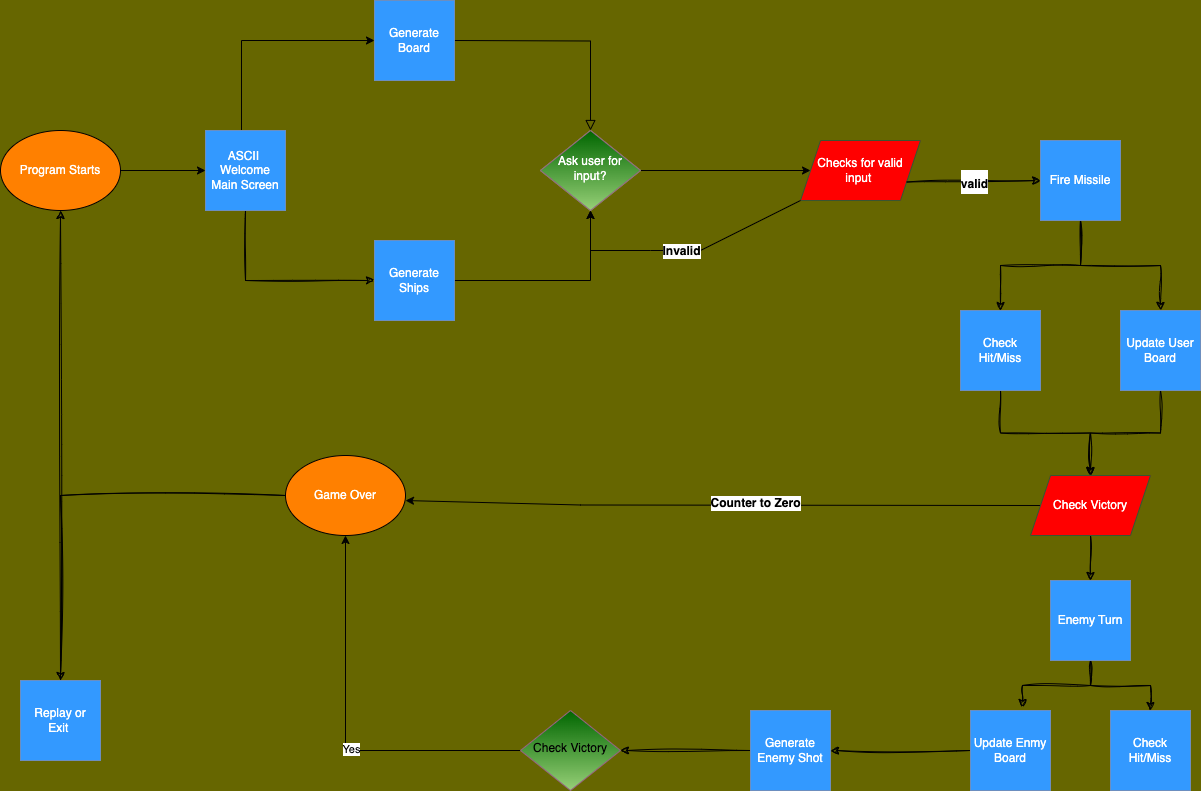
Noah-Samawi/pp3-BattleshipsGame keeps this draw.io diagram as Doks/logic-diagram.png. Above is the earlier version. Source tidied: cells renumbered, new cells last; positions are measured from the earlier drawing's top-left corner, leaving out a move shared by most shapes.
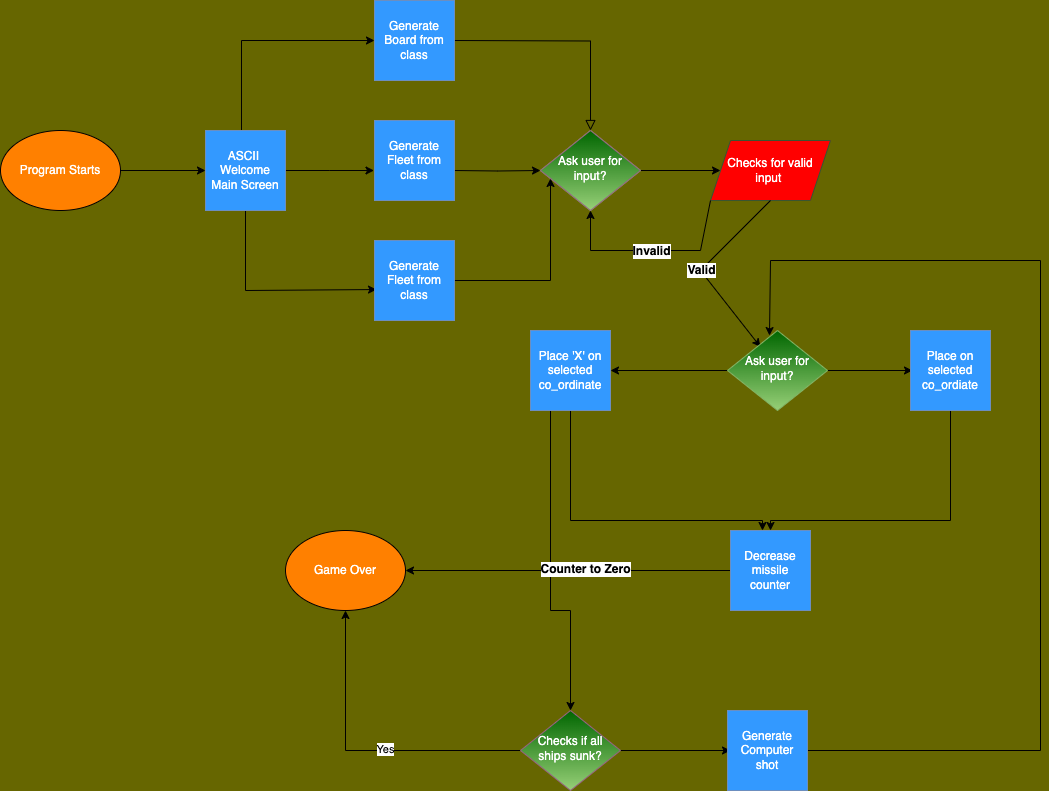
After the commit.

Diff of the diagram source:
```diff
@@ -20,11 +20,20 @@
       <mxGeometry y="130" width="120" height="80" as="geometry" />
     </mxCell>
     <mxCell id="7" value="Checks for valid input&amp;nbsp;" style="shape=parallelogram;perimeter=parallelogramPerimeter;whiteSpace=wrap;html=1;fixedSize=1;fillColor=#FF0000;fontColor=#ffffff;strokeColor=#3A5431;" parent="1" vertex="1">
-      <mxGeometry x="800" y="140" width="120" height="60" as="geometry" />
+      <mxGeometry x="710" y="140" width="120" height="60" as="geometry" />
     </mxCell>
-    <mxCell id="8" style="edgeStyle=orthogonalEdgeStyle;rounded=0;jettySize=auto;html=1;exitX=1;exitY=0.5;exitDx=0;exitDy=0;" parent="1" edge="1" source="19" target="4">
-      <mxGeometry relative="1" as="geometry" />
+    <mxCell id="8" style="edgeStyle=orthogonalEdgeStyle;rounded=0;jettySize=auto;html=1;" parent="1" edge="1" target="4">
+      <mxGeometry relative="1" as="geometry">
+        <mxPoint x="453.5" y="170" as="sourcePoint" />
+      </mxGeometry>
     </mxCell>
+    <mxCell id="45" style="edgeStyle=orthogonalEdgeStyle;rounded=0;jettySize=auto;html=1;exitX=0.5;exitY=1;exitDx=0;exitDy=0;entryX=0.025;entryY=0.613;entryDx=0;entryDy=0;entryPerimeter=0;" parent="1" edge="1" source="11" target="57">
+      <mxGeometry relative="1" as="geometry">
+        <Array as="points">
+          <mxPoint x="245" y="290" />
+        </Array>
+      </mxGeometry>
+    </mxCell>
     <mxCell id="9" style="edgeStyle=orthogonalEdgeStyle;rounded=0;jettySize=auto;html=1;entryX=0;entryY=0.5;entryDx=0;entryDy=0;" parent="1" edge="1" source="11">
       <mxGeometry relative="1" as="geometry">
         <mxPoint x="374" y="40" as="targetPoint" />
@@ -33,19 +42,75 @@
         </Array>
       </mxGeometry>
     </mxCell>
-    <mxCell id="10" style="edgeStyle=orthogonalEdgeStyle;rounded=0;sketch=1;hachureGap=4;jiggle=2;curveFitting=1;jettySize=auto;html=1;fontFamily=Architects Daughter;fontSource=https%3A%2F%2Ffonts.googleapis.com%2Fcss%3Ffamily%3DArchitects%2BDaughter;fontSize=16;entryX=0;entryY=0.5;entryDx=0;entryDy=0;" parent="1" edge="1" source="11" target="19">
-      <mxGeometry relative="1" as="geometry">
-        <Array as="points">
-          <mxPoint x="245" y="280" />
-        </Array>
-      </mxGeometry>
-    </mxCell>
+    <mxCell id="46" style="edgeStyle=orthogonalEdgeStyle;rounded=0;jettySize=auto;html=1;entryX=0;entryY=0.5;entryDx=0;entryDy=0;" parent="1" edge="1" source="11">
+      <mxGeometry relative="1" as="geometry">
+        <mxPoint x="373.5" y="170" as="targetPoint" />
+      </mxGeometry>
+    </mxCell>
     <mxCell id="11" value="&lt;font color=&quot;#ffffff&quot;&gt;ASCII&amp;nbsp; Welcome Main Screen&lt;/font&gt;" style="whiteSpace=wrap;html=1;fillColor=#3399FF;strokeColor=#6c8ebf;" parent="1" vertex="1">
       <mxGeometry x="205" y="130" width="80" height="80" as="geometry" />
     </mxCell>
+    <mxCell id="47" style="edgeStyle=orthogonalEdgeStyle;rounded=0;orthogonalLoop=1;jettySize=auto;html=1;entryX=0.4;entryY=0;entryDx=0;entryDy=0;entryPerimeter=0;exitX=0.5;exitY=1;exitDx=0;exitDy=0;" parent="1" edge="1">
+      <mxGeometry relative="1" as="geometry">
+        <mxPoint x="570" y="410" as="sourcePoint" />
+        <mxPoint x="762" y="530" as="targetPoint" />
+        <Array as="points">
+          <mxPoint x="570" y="520" />
+          <mxPoint x="762" y="520" />
+        </Array>
+      </mxGeometry>
+    </mxCell>
+    <mxCell id="48" style="edgeStyle=orthogonalEdgeStyle;rounded=0;orthogonalLoop=1;jettySize=auto;html=1;exitX=0.25;exitY=1;exitDx=0;exitDy=0;entryX=0.5;entryY=0;entryDx=0;entryDy=0;" parent="1" edge="1">
+      <mxGeometry relative="1" as="geometry">
+        <mxPoint x="550" y="410" as="sourcePoint" />
+        <mxPoint x="570" y="710" as="targetPoint" />
+        <Array as="points">
+          <mxPoint x="550" y="610" />
+          <mxPoint x="570" y="610" />
+        </Array>
+      </mxGeometry>
+    </mxCell>
+    <mxCell id="49" style="edgeStyle=orthogonalEdgeStyle;rounded=0;orthogonalLoop=1;jettySize=auto;html=1;entryX=0.5;entryY=0;entryDx=0;entryDy=0;" parent="1" edge="1">
+      <mxGeometry relative="1" as="geometry">
+        <mxPoint x="950" y="410" as="sourcePoint" />
+        <mxPoint x="770" y="530" as="targetPoint" />
+        <Array as="points">
+          <mxPoint x="950" y="520" />
+          <mxPoint x="770" y="520" />
+        </Array>
+      </mxGeometry>
+    </mxCell>
+    <mxCell id="50" style="edgeStyle=orthogonalEdgeStyle;rounded=0;orthogonalLoop=1;jettySize=auto;html=1;entryX=0;entryY=0.5;entryDx=0;entryDy=0;" parent="1" edge="1">
+      <mxGeometry relative="1" as="geometry">
+        <mxPoint x="610" y="750" as="sourcePoint" />
+        <mxPoint x="730" y="750" as="targetPoint" />
+      </mxGeometry>
+    </mxCell>
+    <mxCell id="51" style="edgeStyle=orthogonalEdgeStyle;rounded=0;orthogonalLoop=1;jettySize=auto;html=1;entryX=1;entryY=0.5;entryDx=0;entryDy=0;" parent="1" edge="1">
+      <mxGeometry relative="1" as="geometry">
+        <mxPoint x="730" y="370" as="sourcePoint" />
+        <mxPoint x="610" y="370" as="targetPoint" />
+      </mxGeometry>
+    </mxCell>
+    <mxCell id="52" style="edgeStyle=orthogonalEdgeStyle;rounded=0;orthogonalLoop=1;jettySize=auto;html=1;entryX=0;entryY=0.5;entryDx=0;entryDy=0;" parent="1" edge="1">
+      <mxGeometry relative="1" as="geometry">
+        <mxPoint x="810" y="370" as="sourcePoint" />
+        <mxPoint x="912" y="370" as="targetPoint" />
+      </mxGeometry>
+    </mxCell>
+    <mxCell id="53" style="edgeStyle=orthogonalEdgeStyle;rounded=0;jettySize=auto;html=1;entryX=0.42;entryY=0.063;entryDx=0;entryDy=0;entryPerimeter=0;" parent="1" edge="1" source="60" target="58">
+      <mxGeometry relative="1" as="geometry">
+        <Array as="points">
+          <mxPoint x="1040" y="750" />
+          <mxPoint x="1040" y="260" />
+          <mxPoint x="770" y="260" />
+        </Array>
+      </mxGeometry>
+    </mxCell>
-    <mxCell id="12" style="endArrow=classic;html=1;rounded=0;exitX=0;exitY=0.5;exitDx=0;exitDy=0;entryX=0.5;entryY=1;entryDx=0;entryDy=0;" parent="1" edge="1" target="22">
+    <mxCell id="12" style="endArrow=classic;html=1;rounded=0;exitX=0;exitY=0.5;exitDx=0;exitDy=0;entryX=0.5;entryY=1;entryDx=0;entryDy=0;" parent="1" edge="1">
       <mxGeometry relative="1" as="geometry">
         <mxPoint x="530" y="750" as="sourcePoint" />
+        <mxPoint x="345" y="610" as="targetPoint" />
         <Array as="points">
           <mxPoint x="345" y="750" />
         </Array>
@@ -54,16 +119,28 @@
     <mxCell id="13" value="Yes" style="edgeLabel;html=1;align=center;verticalAlign=middle;" parent="12" vertex="1">
       <mxGeometry x="-0.1" y="-2" relative="1" as="geometry" />
     </mxCell>
-    <mxCell id="14" style="endArrow=classic;html=1;rounded=0;exitX=0;exitY=0.5;exitDx=0;exitDy=0;entryX=1;entryY=0.563;entryDx=0;entryDy=0;entryPerimeter=0;" parent="1" edge="1" source="44" target="22">
+    <mxCell id="14" style="endArrow=classic;html=1;rounded=0;exitX=0;exitY=0.5;exitDx=0;exitDy=0;entryX=1;entryY=0.5;entryDx=0;entryDy=0;" parent="1" edge="1">
       <mxGeometry relative="1" as="geometry">
+        <mxPoint x="730" y="570" as="sourcePoint" />
+        <mxPoint x="405" y="570" as="targetPoint" />
         <Array as="points">
-          <mxPoint x="580" y="504.5" />
+          <mxPoint x="545" y="570" />
         </Array>
       </mxGeometry>
     </mxCell>
     <mxCell id="15" value="&lt;font style=&quot;font-size: 12px;&quot;&gt;&lt;b&gt;Counter to Zero&lt;/b&gt;&lt;/font&gt;" style="edgeLabel;html=1;align=center;verticalAlign=middle;" parent="14" vertex="1">
       <mxGeometry x="-0.1" y="-2" relative="1" as="geometry" />
     </mxCell>
+    <mxCell id="54" style="endArrow=classic;html=1;rounded=0;exitX=0.5;exitY=1;exitDx=0;exitDy=0;entryX=0.33;entryY=0.206;entryDx=0;entryDy=0;entryPerimeter=0;" parent="1" edge="1" source="7" target="58">
+      <mxGeometry relative="1" as="geometry">
+        <Array as="points">
+          <mxPoint x="700" y="270" />
+        </Array>
+      </mxGeometry>
+    </mxCell>
+    <mxCell id="55" value="&lt;font style=&quot;font-size: 12px;&quot;&gt;&lt;b&gt;Valid&lt;/b&gt;&lt;/font&gt;" style="edgeLabel;html=1;align=center;verticalAlign=middle;" parent="54" vertex="1">
+      <mxGeometry relative="1" as="geometry" />
+    </mxCell>
     <mxCell id="16" style="endArrow=classic;html=1;rounded=0;entryX=0.5;entryY=1;entryDx=0;entryDy=0;exitX=0;exitY=1;exitDx=0;exitDy=0;" parent="1" edge="1" source="7" target="4">
       <mxGeometry relative="1" as="geometry">
         <Array as="points">
@@ -76,86 +153,45 @@
     <mxCell id="17" value="&lt;font style=&quot;font-size: 12px;&quot;&gt;&lt;b&gt;Invalid&lt;/b&gt;&lt;/font&gt;" style="edgeLabel;html=1;align=center;verticalAlign=middle;" parent="16" vertex="1">
       <mxGeometry relative="1" as="geometry" />
     </mxCell>
-    <mxCell id="18" value="&lt;font color=&quot;#ffffff&quot;&gt;Generate Board&lt;/font&gt;" style="whiteSpace=wrap;html=1;fillColor=#3399FF;strokeColor=#6c8ebf;" parent="1" vertex="1">
+    <mxCell id="18" value="&lt;font color=&quot;#ffffff&quot;&gt;Generate Board from class&lt;/font&gt;" style="whiteSpace=wrap;html=1;fillColor=#3399FF;strokeColor=#6c8ebf;" parent="1" vertex="1">
       <mxGeometry x="374" width="80" height="80" as="geometry" />
     </mxCell>
-    <mxCell id="19" value="&lt;font color=&quot;#ffffff&quot;&gt;Generate Ships&lt;/font&gt;" style="whiteSpace=wrap;html=1;fillColor=#3399FF;strokeColor=#6c8ebf;" parent="1" vertex="1">
-      <mxGeometry x="374" y="240" width="80" height="80" as="geometry" />
+    <mxCell id="19" value="&lt;font color=&quot;#ffffff&quot;&gt;Generate Fleet from class&lt;/font&gt;" style="whiteSpace=wrap;html=1;fillColor=#3399FF;strokeColor=#6c8ebf;" parent="1" vertex="1">
+      <mxGeometry x="374" y="120" width="80" height="80" as="geometry" />
     </mxCell>
+    <mxCell id="56" style="edgeStyle=orthogonalEdgeStyle;rounded=0;jettySize=auto;html=1;" parent="1" edge="1" source="57" target="4">
+      <mxGeometry relative="1" as="geometry">
+        <Array as="points">
+          <mxPoint x="550" y="280" />
+        </Array>
+      </mxGeometry>
+    </mxCell>
+    <mxCell id="57" value="&lt;font color=&quot;#ffffff&quot;&gt;Generate Fleet from class&lt;/font&gt;" style="whiteSpace=wrap;html=1;fillColor=#3399FF;strokeColor=#6c8ebf;" parent="1" vertex="1">
+      <mxGeometry x="374" y="240" width="80" height="80" as="geometry" />
+    </mxCell>
+    <mxCell id="37" value="&lt;font color=&quot;#ffffff&quot;&gt;Place 'X' on selected co_ordinate&lt;/font&gt;" style="whiteSpace=wrap;html=1;fillColor=#3399FF;strokeColor=#6c8ebf;" parent="1" vertex="1">
+      <mxGeometry x="530" y="330" width="80" height="80" as="geometry" />
+    </mxCell>
     <mxCell id="20" value="&lt;font color=&quot;#ffffff&quot;&gt;Ask user for input?&lt;/font&gt;" style="rhombus;whiteSpace=wrap;html=1;shadow=0;fontFamily=Helvetica;fontSize=12;align=center;strokeWidth=1;spacing=6;spacingTop=-4;fillColor=#006600;strokeColor=#996185;gradientColor=#97D077;" parent="1" vertex="1">
       <mxGeometry x="540" y="130" width="100" height="80" as="geometry" />
     </mxCell>
-    <mxCell id="21" style="edgeStyle=orthogonalEdgeStyle;rounded=0;sketch=1;hachureGap=4;jiggle=2;curveFitting=1;jettySize=auto;html=1;fontFamily=Architects Daughter;fontSource=https%3A%2F%2Ffonts.googleapis.com%2Fcss%3Ffamily%3DArchitects%2BDaughter;fontSize=16;" parent="1" edge="1" source="22" target="28">
-      <mxGeometry relative="1" as="geometry" />
-    </mxCell>
+    <mxCell id="58" value="&lt;font color=&quot;#ffffff&quot;&gt;Ask user for input?&lt;/font&gt;" style="rhombus;whiteSpace=wrap;html=1;shadow=0;fontFamily=Helvetica;fontSize=12;align=center;strokeWidth=1;spacing=6;spacingTop=-4;fillColor=#006600;strokeColor=#82b366;gradientColor=#97d077;" parent="1" vertex="1">
+      <mxGeometry x="727" y="330" width="100" height="80" as="geometry" />
+    </mxCell>
+    <mxCell id="59" value="&lt;font color=&quot;#ffffff&quot;&gt;Place on selected co_ordiate&lt;/font&gt;" style="whiteSpace=wrap;html=1;fillColor=#3399FF;strokeColor=#6c8ebf;" parent="1" vertex="1">
+      <mxGeometry x="910" y="330" width="80" height="80" as="geometry" />
+    </mxCell>
     <mxCell id="22" value="&lt;font color=&quot;#ffffff&quot;&gt;Game Over&lt;/font&gt;" style="ellipse;whiteSpace=wrap;html=1;fillColor=#FF8000;" parent="1" vertex="1">
-      <mxGeometry x="285" y="455" width="120" height="80" as="geometry" />
+      <mxGeometry x="285" y="530" width="120" height="80" as="geometry" />
     </mxCell>
-    <mxCell id="23" style="edgeStyle=orthogonalEdgeStyle;rounded=0;sketch=1;hachureGap=4;jiggle=2;curveFitting=1;jettySize=auto;html=1;fontFamily=Architects Daughter;fontSource=https%3A%2F%2Ffonts.googleapis.com%2Fcss%3Ffamily%3DArchitects%2BDaughter;fontSize=16;" parent="1" edge="1" source="25" target="38">
-      <mxGeometry relative="1" as="geometry" />
-    </mxCell>
-    <mxCell id="24" style="edgeStyle=orthogonalEdgeStyle;rounded=0;sketch=1;hachureGap=4;jiggle=2;curveFitting=1;jettySize=auto;html=1;fontFamily=Architects Daughter;fontSource=https%3A%2F%2Ffonts.googleapis.com%2Fcss%3Ffamily%3DArchitects%2BDaughter;fontSize=16;entryX=0.65;entryY=-0.037;entryDx=0;entryDy=0;entryPerimeter=0;" parent="1" edge="1" source="25" target="40">
-      <mxGeometry relative="1" as="geometry" />
-    </mxCell>
-    <mxCell id="25" value="&lt;font color=&quot;#ffffff&quot;&gt;Enemy Turn&lt;/font&gt;" style="whiteSpace=wrap;html=1;fillColor=#3399FF;strokeColor=#6c8ebf;" parent="1" vertex="1">
-      <mxGeometry x="1050" y="580" width="80" height="80" as="geometry" />
+    <mxCell id="25" value="&lt;font color=&quot;#ffffff&quot;&gt;Decrease missile counter&lt;/font&gt;" style="whiteSpace=wrap;html=1;fillColor=#3399FF;strokeColor=#6c8ebf;" parent="1" vertex="1">
+      <mxGeometry x="730" y="530" width="80" height="80" as="geometry" />
     </mxCell>
-    <mxCell id="26" value="Check Victory" style="rhombus;whiteSpace=wrap;html=1;shadow=0;fontFamily=Helvetica;fontSize=12;align=center;strokeWidth=1;spacing=6;spacingTop=-4;fillColor=#006600;strokeColor=#996185;gradientColor=#97D077;" parent="1" vertex="1">
+    <mxCell id="26" value="&lt;font color=&quot;#ffffff&quot;&gt;Checks if all ships sunk?&lt;/font&gt;" style="rhombus;whiteSpace=wrap;html=1;shadow=0;fontFamily=Helvetica;fontSize=12;align=center;strokeWidth=1;spacing=6;spacingTop=-4;fillColor=#006600;strokeColor=#996185;gradientColor=#97D077;" parent="1" vertex="1">
       <mxGeometry x="520" y="710" width="100" height="80" as="geometry" />
     </mxCell>
-    <mxCell id="27" style="edgeStyle=orthogonalEdgeStyle;rounded=0;sketch=1;hachureGap=4;jiggle=2;curveFitting=1;jettySize=auto;html=1;entryX=0.5;entryY=1;entryDx=0;entryDy=0;fontFamily=Architects Daughter;fontSource=https%3A%2F%2Ffonts.googleapis.com%2Fcss%3Ffamily%3DArchitects%2BDaughter;fontSize=16;" parent="1" edge="1" source="28" target="6">
-      <mxGeometry relative="1" as="geometry" />
-    </mxCell>
-    <mxCell id="28" value="&lt;font color=&quot;#ffffff&quot;&gt;Replay or Exit&amp;nbsp;&lt;/font&gt;" style="whiteSpace=wrap;html=1;fillColor=#3399FF;strokeColor=#6c8ebf;" parent="1" vertex="1">
-      <mxGeometry x="20" y="680" width="80" height="80" as="geometry" />
-    </mxCell>
-    <mxCell id="29" style="edgeStyle=orthogonalEdgeStyle;rounded=0;sketch=1;hachureGap=4;jiggle=2;curveFitting=1;jettySize=auto;html=1;fontFamily=Architects Daughter;fontSource=https%3A%2F%2Ffonts.googleapis.com%2Fcss%3Ffamily%3DArchitects%2BDaughter;fontSize=16;entryX=0.5;entryY=0;entryDx=0;entryDy=0;" parent="1" edge="1" source="31" target="35">
-      <mxGeometry relative="1" as="geometry" />
-    </mxCell>
-    <mxCell id="30" style="edgeStyle=orthogonalEdgeStyle;rounded=0;sketch=1;hachureGap=4;jiggle=2;curveFitting=1;jettySize=auto;html=1;entryX=0.5;entryY=0;entryDx=0;entryDy=0;fontFamily=Architects Daughter;fontSource=https%3A%2F%2Ffonts.googleapis.com%2Fcss%3Ffamily%3DArchitects%2BDaughter;fontSize=16;" parent="1" edge="1" source="31" target="33">
-      <mxGeometry relative="1" as="geometry" />
-    </mxCell>
-    <mxCell id="31" value="&lt;font color=&quot;#ffffff&quot;&gt;Fire Missile&lt;/font&gt;" style="whiteSpace=wrap;html=1;fillColor=#3399FF;strokeColor=#6c8ebf;" parent="1" vertex="1">
-      <mxGeometry x="1040" y="140" width="80" height="80" as="geometry" />
-    </mxCell>
-    <mxCell id="32" style="edgeStyle=orthogonalEdgeStyle;rounded=0;sketch=1;hachureGap=4;jiggle=2;curveFitting=1;jettySize=auto;html=1;fontFamily=Architects Daughter;fontSource=https%3A%2F%2Ffonts.googleapis.com%2Fcss%3Ffamily%3DArchitects%2BDaughter;fontSize=16;" parent="1" edge="1" source="33" target="44">
-      <mxGeometry relative="1" as="geometry" />
-    </mxCell>
-    <mxCell id="33" value="&lt;font color=&quot;#ffffff&quot;&gt;Check Hit/Miss&lt;/font&gt;" style="whiteSpace=wrap;html=1;fillColor=#3399FF;strokeColor=#6c8ebf;" parent="1" vertex="1">
-      <mxGeometry x="960" y="310" width="80" height="80" as="geometry" />
-    </mxCell>
-    <mxCell id="34" style="edgeStyle=orthogonalEdgeStyle;rounded=0;sketch=1;hachureGap=4;jiggle=2;curveFitting=1;jettySize=auto;html=1;entryX=0.5;entryY=0;entryDx=0;entryDy=0;fontFamily=Architects Daughter;fontSource=https%3A%2F%2Ffonts.googleapis.com%2Fcss%3Ffamily%3DArchitects%2BDaughter;fontSize=16;" parent="1" edge="1" source="35" target="44">
-      <mxGeometry relative="1" as="geometry" />
-    </mxCell>
-    <mxCell id="35" value="&lt;font color=&quot;#ffffff&quot;&gt;Update User Board&lt;/font&gt;" style="whiteSpace=wrap;html=1;fillColor=#3399FF;strokeColor=#6c8ebf;" parent="1" vertex="1">
-      <mxGeometry x="1120" y="310" width="80" height="80" as="geometry" />
-    </mxCell>
-    <mxCell id="36" style="edgeStyle=orthogonalEdgeStyle;rounded=0;sketch=1;hachureGap=4;jiggle=2;curveFitting=1;jettySize=auto;html=1;entryX=1;entryY=0.5;entryDx=0;entryDy=0;fontFamily=Architects Daughter;fontSource=https%3A%2F%2Ffonts.googleapis.com%2Fcss%3Ffamily%3DArchitects%2BDaughter;fontSize=16;" parent="1" edge="1" source="37" target="26">
-      <mxGeometry relative="1" as="geometry" />
-    </mxCell>
-    <mxCell id="37" value="&lt;font color=&quot;#ffffff&quot;&gt;Generate Enemy Shot&lt;/font&gt;" style="whiteSpace=wrap;html=1;fillColor=#3399FF;strokeColor=#6c8ebf;" parent="1" vertex="1">
-      <mxGeometry x="750" y="710" width="80" height="80" as="geometry" />
-    </mxCell>
-    <mxCell id="38" value="&lt;font color=&quot;#ffffff&quot;&gt;Check Hit/Miss&lt;/font&gt;" style="whiteSpace=wrap;html=1;fillColor=#3399FF;strokeColor=#6c8ebf;" parent="1" vertex="1">
-      <mxGeometry x="1110" y="710" width="80" height="80" as="geometry" />
-    </mxCell>
-    <mxCell id="39" style="edgeStyle=orthogonalEdgeStyle;rounded=0;sketch=1;hachureGap=4;jiggle=2;curveFitting=1;jettySize=auto;html=1;fontFamily=Architects Daughter;fontSource=https%3A%2F%2Ffonts.googleapis.com%2Fcss%3Ffamily%3DArchitects%2BDaughter;fontSize=16;" parent="1" edge="1" source="40" target="37">
-      <mxGeometry relative="1" as="geometry" />
-    </mxCell>
-    <mxCell id="40" value="&lt;font color=&quot;#ffffff&quot;&gt;Update Enmy Board&lt;/font&gt;" style="whiteSpace=wrap;html=1;fillColor=#3399FF;strokeColor=#6c8ebf;" parent="1" vertex="1">
-      <mxGeometry x="970" y="710" width="80" height="80" as="geometry" />
-    </mxCell>
-    <mxCell id="41" value="v" style="endArrow=classic;html=1;rounded=0;sketch=1;hachureGap=4;jiggle=2;curveFitting=1;fontFamily=Architects Daughter;fontSource=https%3A%2F%2Ffonts.googleapis.com%2Fcss%3Ffamily%3DArchitects%2BDaughter;fontSize=16;exitX=1;exitY=0.75;exitDx=0;exitDy=0;entryX=0;entryY=0.5;entryDx=0;entryDy=0;" parent="1" edge="1" source="7" target="31">
-      <mxGeometry relative="1" as="geometry" />
-    </mxCell>
-    <mxCell id="42" value="&lt;b style=&quot;border-color: var(--border-color); font-family: Helvetica; font-size: 12px;&quot;&gt;valid&lt;/b&gt;" style="edgeLabel;html=1;align=center;verticalAlign=middle;sketch=1;hachureGap=4;jiggle=2;curveFitting=1;fontFamily=Architects Daughter;fontSource=https%3A%2F%2Ffonts.googleapis.com%2Fcss%3Ffamily%3DArchitects%2BDaughter;fontSize=20;" parent="41" vertex="1">
-      <mxGeometry relative="1" as="geometry" />
-    </mxCell>
-    <mxCell id="43" style="edgeStyle=orthogonalEdgeStyle;rounded=0;sketch=1;hachureGap=4;jiggle=2;curveFitting=1;jettySize=auto;html=1;fontFamily=Architects Daughter;fontSource=https%3A%2F%2Ffonts.googleapis.com%2Fcss%3Ffamily%3DArchitects%2BDaughter;fontSize=16;" parent="1" edge="1" source="44" target="25">
-      <mxGeometry relative="1" as="geometry" />
-    </mxCell>
-    <mxCell id="44" value="Check Victory" style="shape=parallelogram;perimeter=parallelogramPerimeter;whiteSpace=wrap;html=1;fixedSize=1;fillColor=#FF0000;fontColor=#ffffff;strokeColor=#3A5431;" parent="1" vertex="1">
-      <mxGeometry x="1030" y="475" width="120" height="60" as="geometry" />
-    </mxCell>
+    <mxCell id="60" value="&lt;font color=&quot;#ffffff&quot;&gt;Generate Computer shot&lt;/font&gt;" style="whiteSpace=wrap;html=1;fillColor=#3399FF;strokeColor=#6c8ebf;" parent="1" vertex="1">
+      <mxGeometry x="727" y="710" width="80" height="80" as="geometry" />
+    </mxCell>
   </root>
 </mxGraphModel>
```
